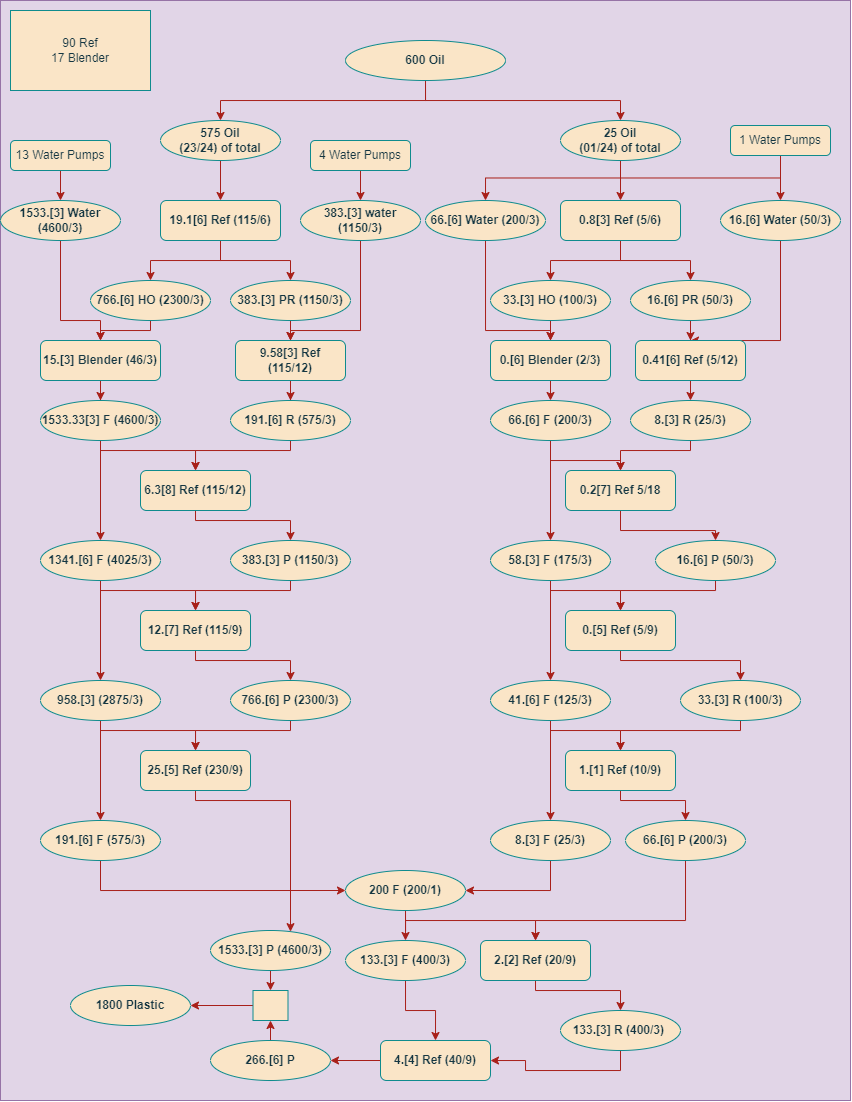
Above: 600OilTo1800Plastic.drawio.png in nlarsen31/Factories (draw.io), before the change. Source tidied: cells renumbered, new cells last; positions are measured from the earlier drawing's top-left corner, leaving out a move shared by most shapes.
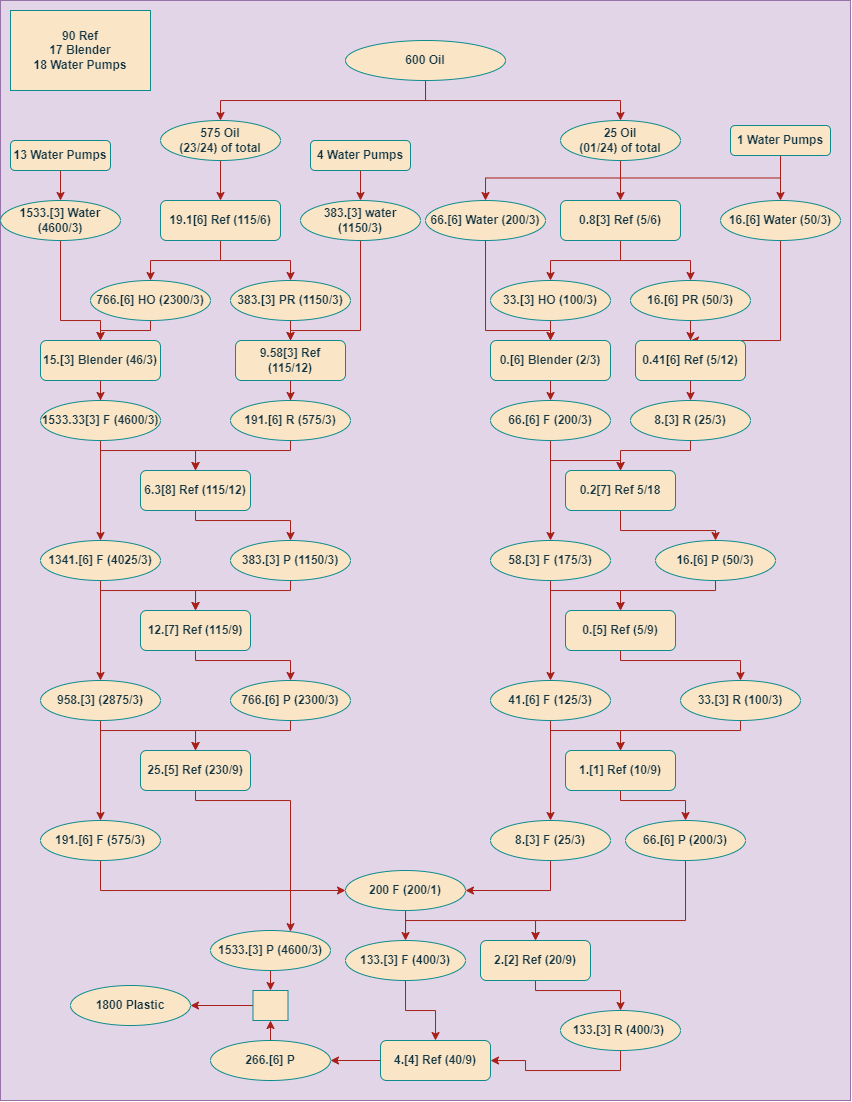
After the commit.

The edit, as a diff of the source:
```diff
@@ -439,19 +439,19 @@
     <mxCell id="105" value="1800 Plastic" style="ellipse;whiteSpace=wrap;html=1;strokeColor=#0F8B8D;fontColor=#143642;fillColor=#FAE5C7;fontStyle=1;" parent="1" vertex="1">
       <mxGeometry x="70" y="985" width="120" height="40" as="geometry" />
     </mxCell>
-    <mxCell id="106" value="90 Ref&lt;br&gt;17 Blender" style="rounded=0;whiteSpace=wrap;html=1;strokeColor=#0F8B8D;fontColor=#143642;fillColor=#FAE5C7;" parent="1" vertex="1">
+    <mxCell id="106" value="90 Ref&lt;br&gt;17 Blender&lt;br&gt;18 Water Pumps" style="rounded=0;whiteSpace=wrap;html=1;strokeColor=#0F8B8D;fontColor=#143642;fillColor=#FAE5C7;fontStyle=1;" parent="1" vertex="1">
       <mxGeometry x="10" y="10" width="140" height="80" as="geometry" />
     </mxCell>
     <mxCell id="107" style="edgeStyle=orthogonalEdgeStyle;rounded=0;jettySize=auto;html=1;exitX=0.5;exitY=1;exitDx=0;exitDy=0;strokeColor=#A8201A;fontColor=#143642;fillColor=#FAE5C7;" parent="1" edge="1" source="108" target="27">
       <mxGeometry relative="1" as="geometry" />
     </mxCell>
-    <mxCell id="108" value="13 Water Pumps" style="rounded=1;whiteSpace=wrap;html=1;strokeColor=#0F8B8D;fontColor=#143642;fillColor=#FAE5C7;" parent="1" vertex="1">
+    <mxCell id="108" value="13 Water Pumps" style="rounded=1;whiteSpace=wrap;html=1;strokeColor=#0F8B8D;fontColor=#143642;fillColor=#FAE5C7;fontStyle=1;" parent="1" vertex="1">
       <mxGeometry x="10" y="140" width="100" height="30" as="geometry" />
     </mxCell>
     <mxCell id="109" style="edgeStyle=orthogonalEdgeStyle;rounded=0;jettySize=auto;html=1;exitX=0.5;exitY=1;exitDx=0;exitDy=0;strokeColor=#A8201A;fontColor=#143642;fillColor=#FAE5C7;" parent="1" edge="1" source="110" target="31">
       <mxGeometry relative="1" as="geometry" />
     </mxCell>
-    <mxCell id="110" value="4 Water Pumps" style="rounded=1;whiteSpace=wrap;html=1;strokeColor=#0F8B8D;fontColor=#143642;fillColor=#FAE5C7;" parent="1" vertex="1">
+    <mxCell id="110" value="4 Water Pumps" style="rounded=1;whiteSpace=wrap;html=1;strokeColor=#0F8B8D;fontColor=#143642;fillColor=#FAE5C7;fontStyle=1;" parent="1" vertex="1">
       <mxGeometry x="310" y="140" width="100" height="30" as="geometry" />
     </mxCell>
     <mxCell id="111" style="edgeStyle=orthogonalEdgeStyle;rounded=0;jettySize=auto;html=1;exitX=0.5;exitY=1;exitDx=0;exitDy=0;strokeColor=#A8201A;fontColor=#143642;fillColor=#FAE5C7;" parent="1" edge="1" source="113" target="35">
@@ -460,7 +460,7 @@
     <mxCell id="112" style="edgeStyle=orthogonalEdgeStyle;rounded=0;jettySize=auto;html=1;exitX=0.5;exitY=1;exitDx=0;exitDy=0;strokeColor=#A8201A;fontColor=#143642;fillColor=#FAE5C7;" parent="1" edge="1" source="113" target="37">
       <mxGeometry relative="1" as="geometry" />
     </mxCell>
-    <mxCell id="113" value="1 Water Pumps" style="rounded=1;whiteSpace=wrap;html=1;strokeColor=#0F8B8D;fontColor=#143642;fillColor=#FAE5C7;" parent="1" vertex="1">
+    <mxCell id="113" value="1 Water Pumps" style="rounded=1;whiteSpace=wrap;html=1;strokeColor=#0F8B8D;fontColor=#143642;fillColor=#FAE5C7;fontStyle=1;" parent="1" vertex="1">
       <mxGeometry x="730" y="125" width="100" height="30" as="geometry" />
     </mxCell>
   </root>
```
